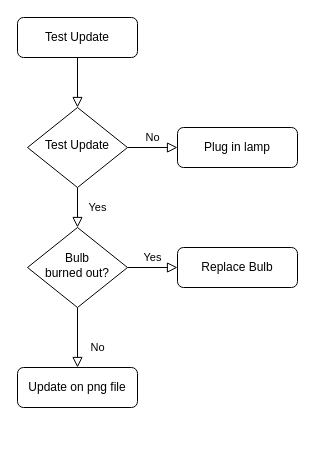
davidnjau/workflows keeps this draw.io diagram as Untitled Diagram.drawio. Above is the earlier version. Source tidied: cells renumbered, new cells numbered last; positions are measured from the earlier drawing's top-left corner, leaving out a move shared by most shapes. Both pictures are drawn from the tidied source at 100%, with x=0, y=0 at pixel (17, 17).
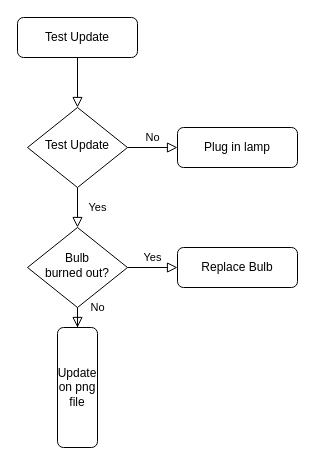
Above is the later version.

The edit, as a diff of the source:
```diff
@@
 <mxGraphModel>
   <root>
     <mxCell id="0" />
     <mxCell id="1" parent="0" />
     <mxCell id="2" style="rounded=0;html=1;jettySize=auto;fontSize=11;endArrow=block;endFill=0;endSize=8;strokeWidth=1;shadow=0;labelBackgroundColor=none;edgeStyle=orthogonalEdgeStyle;" parent="1" edge="1" source="3" target="6">
       <mxGeometry relative="1" as="geometry" />
     </mxCell>
     <mxCell id="3" value="Test Update" style="rounded=1;whiteSpace=wrap;html=1;fontSize=12;glass=0;strokeWidth=1;shadow=0;" parent="1" vertex="1">
       <mxGeometry width="120" height="40" as="geometry" />
     </mxCell>
     <mxCell id="4" value="Yes" style="rounded=0;html=1;jettySize=auto;fontSize=11;endArrow=block;endFill=0;endSize=8;strokeWidth=1;shadow=0;labelBackgroundColor=none;edgeStyle=orthogonalEdgeStyle;" parent="1" edge="1" source="6" target="10">
       <mxGeometry y="20" relative="1" as="geometry" />
     </mxCell>
     <mxCell id="5" value="No" style="edgeStyle=orthogonalEdgeStyle;rounded=0;html=1;jettySize=auto;fontSize=11;endArrow=block;endFill=0;endSize=8;strokeWidth=1;shadow=0;labelBackgroundColor=none;" parent="1" edge="1" source="6" target="7">
       <mxGeometry y="10" relative="1" as="geometry" />
     </mxCell>
     <mxCell id="6" value="Test Update" style="rhombus;whiteSpace=wrap;html=1;shadow=0;fontFamily=Helvetica;fontSize=12;align=center;strokeWidth=1;spacing=6;spacingTop=-4;" parent="1" vertex="1">
       <mxGeometry x="10" y="90" width="100" height="80" as="geometry" />
     </mxCell>
     <mxCell id="7" value="Plug in lamp" style="rounded=1;whiteSpace=wrap;html=1;fontSize=12;glass=0;strokeWidth=1;shadow=0;" parent="1" vertex="1">
       <mxGeometry x="160" y="110" width="120" height="40" as="geometry" />
     </mxCell>
     <mxCell id="8" value="No" style="rounded=0;html=1;jettySize=auto;fontSize=11;endArrow=block;endFill=0;endSize=8;strokeWidth=1;shadow=0;labelBackgroundColor=none;edgeStyle=orthogonalEdgeStyle;" parent="1" edge="1" source="10" target="11">
       <mxGeometry x="0.33" y="20" relative="1" as="geometry" />
     </mxCell>
     <mxCell id="9" value="Yes" style="edgeStyle=orthogonalEdgeStyle;rounded=0;html=1;jettySize=auto;fontSize=11;endArrow=block;endFill=0;endSize=8;strokeWidth=1;shadow=0;labelBackgroundColor=none;" parent="1" edge="1" source="10" target="12">
       <mxGeometry y="10" relative="1" as="geometry" />
     </mxCell>
     <mxCell id="10" value="Bulb&lt;br&gt;burned out?" style="rhombus;whiteSpace=wrap;html=1;shadow=0;fontFamily=Helvetica;fontSize=12;align=center;strokeWidth=1;spacing=6;spacingTop=-4;" parent="1" vertex="1">
       <mxGeometry x="10" y="210" width="100" height="80" as="geometry" />
     </mxCell>
-    <mxCell id="11" value="Update on png file" style="rounded=1;whiteSpace=wrap;html=1;fontSize=12;glass=0;strokeWidth=1;shadow=0;" parent="1" vertex="1">
-      <mxGeometry y="350" width="120" height="40" as="geometry" />
+    <mxCell id="11" value="Update on png file" style="rounded=1;whiteSpace=wrap;html=1;fontSize=12;glass=0;strokeWidth=1;shadow=0;direction=south;" parent="1" vertex="1">
+      <mxGeometry x="40" y="310" width="40" height="120" as="geometry" />
     </mxCell>
     <mxCell id="12" value="Replace Bulb" style="rounded=1;whiteSpace=wrap;html=1;fontSize=12;glass=0;strokeWidth=1;shadow=0;" parent="1" vertex="1">
       <mxGeometry x="160" y="230" width="120" height="40" as="geometry" />
     </mxCell>
   </root>
 </mxGraphModel>
```
